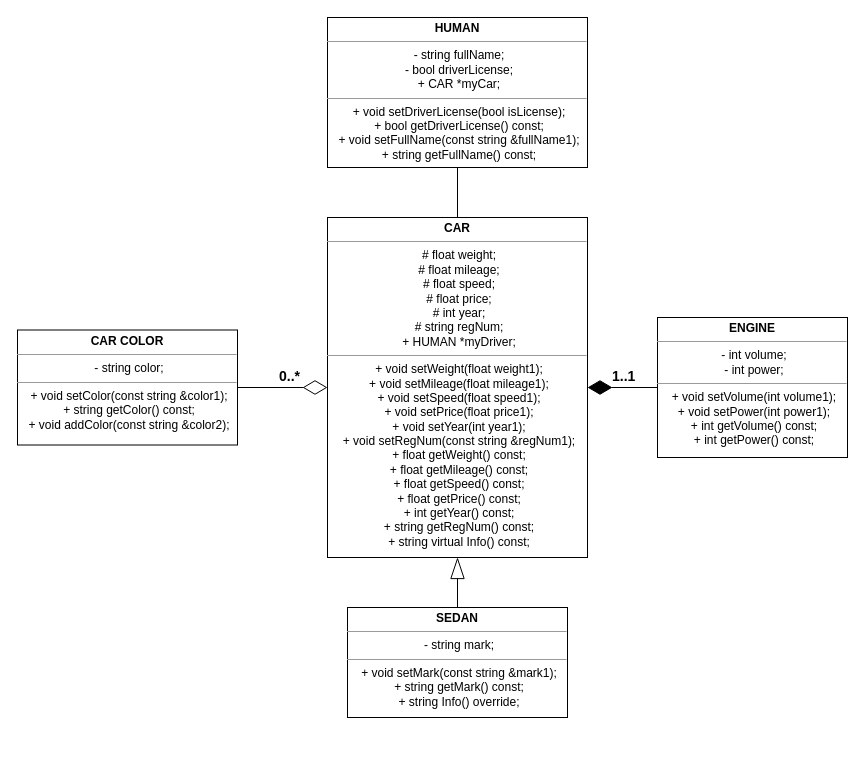
Before: Laba5(6) Relationship/UML.drawio in LevasyukDY/OOP, a draw.io diagram. Source tidied: cells renumbered, new cells numbered last; positions are measured from the earlier drawing's top-left corner, leaving out a move shared by most shapes. Both pictures are drawn from the tidied source at 100%, with x=0, y=0 at pixel (17, 17).
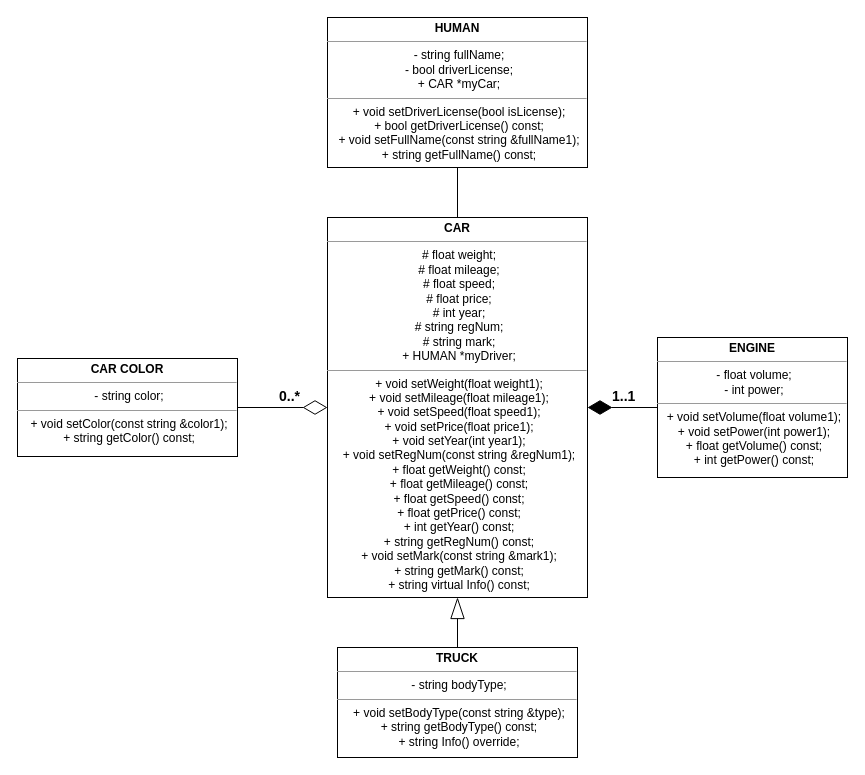
The same page after the edit.

Change to the diagram source:
```diff
@@
 <mxGraphModel>
   <root>
     <mxCell id="0" />
     <mxCell id="1" parent="0" />
-    <mxCell id="2" value="&lt;p style=&quot;margin: 4px 0px 0px&quot;&gt;&lt;b&gt;CAR&lt;/b&gt;&lt;/p&gt;&lt;hr size=&quot;1&quot;&gt;&lt;p style=&quot;margin: 0px ; margin-left: 4px&quot;&gt;# float weight&lt;span&gt;;&lt;/span&gt;&lt;/p&gt;&lt;p style=&quot;margin: 0px ; margin-left: 4px&quot;&gt;# float&amp;nbsp;mileage;&lt;/p&gt;&lt;p style=&quot;margin: 0px ; margin-left: 4px&quot;&gt;# float speed;&lt;/p&gt;&lt;p style=&quot;margin: 0px ; margin-left: 4px&quot;&gt;# float price;&lt;/p&gt;&lt;p style=&quot;margin: 0px ; margin-left: 4px&quot;&gt;# int&amp;nbsp;year;&lt;/p&gt;&lt;p style=&quot;margin: 0px ; margin-left: 4px&quot;&gt;# string regNum;&lt;/p&gt;&lt;p style=&quot;margin: 0px ; margin-left: 4px&quot;&gt;+ HUMAN *myDriver;&lt;/p&gt;&lt;hr size=&quot;1&quot;&gt;&lt;p style=&quot;margin: 0px ; margin-left: 4px&quot;&gt;+ void setWeight(float weight1);&lt;/p&gt;&lt;p style=&quot;margin: 0px ; margin-left: 4px&quot;&gt;+ void setMileage(float mileage1);&lt;/p&gt;&lt;p style=&quot;margin: 0px ; margin-left: 4px&quot;&gt;+ void setSpeed(float speed1);&lt;/p&gt;&lt;p style=&quot;margin: 0px ; margin-left: 4px&quot;&gt;+ void setPrice(float price1);&lt;/p&gt;&lt;p style=&quot;margin: 0px ; margin-left: 4px&quot;&gt;+ void setYear(int year1);&lt;/p&gt;&lt;p style=&quot;margin: 0px ; margin-left: 4px&quot;&gt;+ void setRegNum(const string &amp;amp;regNum1);&lt;/p&gt;&lt;p style=&quot;margin: 0px ; margin-left: 4px&quot;&gt;+ float getWeight() const;&lt;/p&gt;&lt;p style=&quot;margin: 0px ; margin-left: 4px&quot;&gt;+ float getMileage() const;&lt;br&gt;&lt;/p&gt;&lt;p style=&quot;margin: 0px ; margin-left: 4px&quot;&gt;+ float getSpeed() const;&lt;br&gt;&lt;/p&gt;&lt;p style=&quot;margin: 0px ; margin-left: 4px&quot;&gt;+ float getPrice() const;&lt;br&gt;&lt;/p&gt;&lt;p style=&quot;margin: 0px ; margin-left: 4px&quot;&gt;+ int getYear() const;&lt;br&gt;&lt;/p&gt;&lt;p style=&quot;margin: 0px ; margin-left: 4px&quot;&gt;+ string getRegNum() const;&lt;br&gt;&lt;/p&gt;&lt;p style=&quot;margin: 0px ; margin-left: 4px&quot;&gt;+ string virtual Info() const;&lt;/p&gt;" style="verticalAlign=top;align=center;overflow=fill;fontSize=12;fontFamily=Helvetica;html=1;" parent="1" vertex="1">
-      <mxGeometry x="310" y="200" width="260" height="340" as="geometry" />
+    <mxCell id="2" value="&lt;p style=&quot;margin: 4px 0px 0px&quot;&gt;&lt;b&gt;CAR&lt;/b&gt;&lt;/p&gt;&lt;hr size=&quot;1&quot;&gt;&lt;p style=&quot;margin: 0px ; margin-left: 4px&quot;&gt;# float weight&lt;span&gt;;&lt;/span&gt;&lt;/p&gt;&lt;p style=&quot;margin: 0px ; margin-left: 4px&quot;&gt;# float&amp;nbsp;mileage;&lt;/p&gt;&lt;p style=&quot;margin: 0px ; margin-left: 4px&quot;&gt;# float speed;&lt;/p&gt;&lt;p style=&quot;margin: 0px ; margin-left: 4px&quot;&gt;# float price;&lt;/p&gt;&lt;p style=&quot;margin: 0px ; margin-left: 4px&quot;&gt;# int&amp;nbsp;year;&lt;/p&gt;&lt;p style=&quot;margin: 0px ; margin-left: 4px&quot;&gt;# string regNum;&lt;/p&gt;&lt;p style=&quot;margin: 0px ; margin-left: 4px&quot;&gt;# string mark;&lt;/p&gt;&lt;p style=&quot;margin: 0px ; margin-left: 4px&quot;&gt;+ HUMAN *myDriver;&lt;/p&gt;&lt;hr size=&quot;1&quot;&gt;&lt;p style=&quot;margin: 0px ; margin-left: 4px&quot;&gt;+ void setWeight(float weight1);&lt;/p&gt;&lt;p style=&quot;margin: 0px ; margin-left: 4px&quot;&gt;+ void setMileage(float mileage1);&lt;/p&gt;&lt;p style=&quot;margin: 0px ; margin-left: 4px&quot;&gt;+ void setSpeed(float speed1);&lt;/p&gt;&lt;p style=&quot;margin: 0px ; margin-left: 4px&quot;&gt;+ void setPrice(float price1);&lt;/p&gt;&lt;p style=&quot;margin: 0px ; margin-left: 4px&quot;&gt;+ void setYear(int year1);&lt;/p&gt;&lt;p style=&quot;margin: 0px ; margin-left: 4px&quot;&gt;+ void setRegNum(const string &amp;amp;regNum1);&lt;/p&gt;&lt;p style=&quot;margin: 0px ; margin-left: 4px&quot;&gt;+ float getWeight() const;&lt;/p&gt;&lt;p style=&quot;margin: 0px ; margin-left: 4px&quot;&gt;+ float getMileage() const;&lt;br&gt;&lt;/p&gt;&lt;p style=&quot;margin: 0px ; margin-left: 4px&quot;&gt;+ float getSpeed() const;&lt;br&gt;&lt;/p&gt;&lt;p style=&quot;margin: 0px ; margin-left: 4px&quot;&gt;+ float getPrice() const;&lt;br&gt;&lt;/p&gt;&lt;p style=&quot;margin: 0px ; margin-left: 4px&quot;&gt;+ int getYear() const;&lt;br&gt;&lt;/p&gt;&lt;p style=&quot;margin: 0px ; margin-left: 4px&quot;&gt;+ string getRegNum() const;&lt;br&gt;&lt;/p&gt;&lt;p style=&quot;margin: 0px 0px 0px 4px&quot;&gt;+ void setMark(const string &amp;amp;mark1);&lt;/p&gt;&lt;p style=&quot;margin: 0px 0px 0px 4px&quot;&gt;+ string getMark() const;&lt;/p&gt;&lt;p style=&quot;margin: 0px ; margin-left: 4px&quot;&gt;+ string virtual Info() const;&lt;/p&gt;" style="verticalAlign=top;align=center;overflow=fill;fontSize=12;fontFamily=Helvetica;html=1;" parent="1" vertex="1">
+      <mxGeometry x="310" y="200" width="260" height="380" as="geometry" />
     </mxCell>
-    <mxCell id="3" value="&lt;p style=&quot;margin: 4px 0px 0px&quot;&gt;&lt;b&gt;ENGINE&lt;/b&gt;&lt;/p&gt;&lt;hr size=&quot;1&quot;&gt;&lt;p style=&quot;margin: 0px ; margin-left: 4px&quot;&gt;- int volume;&lt;/p&gt;&lt;p style=&quot;margin: 0px ; margin-left: 4px&quot;&gt;- int power;&lt;/p&gt;&lt;hr size=&quot;1&quot;&gt;&lt;p style=&quot;margin: 0px ; margin-left: 4px&quot;&gt;+ void setVolume(int volume1);&lt;/p&gt;&lt;p style=&quot;margin: 0px ; margin-left: 4px&quot;&gt;+ void setPower(int power1);&lt;/p&gt;&lt;p style=&quot;margin: 0px ; margin-left: 4px&quot;&gt;+ int getVolume() const;&lt;/p&gt;&lt;p style=&quot;margin: 0px ; margin-left: 4px&quot;&gt;+ int getPower() const;&lt;/p&gt;" style="verticalAlign=top;align=center;overflow=fill;fontSize=12;fontFamily=Helvetica;html=1;" parent="1" vertex="1">
-      <mxGeometry x="640" y="300" width="190" height="140" as="geometry" />
+    <mxCell id="3" value="&lt;p style=&quot;margin: 4px 0px 0px&quot;&gt;&lt;b&gt;ENGINE&lt;/b&gt;&lt;/p&gt;&lt;hr size=&quot;1&quot;&gt;&lt;p style=&quot;margin: 0px ; margin-left: 4px&quot;&gt;- float volume;&lt;/p&gt;&lt;p style=&quot;margin: 0px ; margin-left: 4px&quot;&gt;- int power;&lt;/p&gt;&lt;hr size=&quot;1&quot;&gt;&lt;p style=&quot;margin: 0px ; margin-left: 4px&quot;&gt;+ void setVolume(float volume1);&lt;/p&gt;&lt;p style=&quot;margin: 0px ; margin-left: 4px&quot;&gt;+ void setPower(int power1);&lt;/p&gt;&lt;p style=&quot;margin: 0px ; margin-left: 4px&quot;&gt;+ float getVolume() const;&lt;/p&gt;&lt;p style=&quot;margin: 0px ; margin-left: 4px&quot;&gt;+ int getPower() const;&lt;/p&gt;" style="verticalAlign=top;align=center;overflow=fill;fontSize=12;fontFamily=Helvetica;html=1;" parent="1" vertex="1">
+      <mxGeometry x="640" y="320" width="190" height="140" as="geometry" />
     </mxCell>
     <mxCell id="4" style="edgeStyle=orthogonalEdgeStyle;rounded=0;jettySize=auto;html=1;entryX=0.5;entryY=0;entryDx=0;entryDy=0;startArrow=none;startFill=0;startSize=22;endArrow=none;endFill=0;endSize=19;strokeWidth=1;fontSize=14;" parent="1" edge="1" source="5" target="2">
       <mxGeometry relative="1" as="geometry" />
     </mxCell>
     <mxCell id="5" value="&lt;p style=&quot;margin: 4px 0px 0px&quot;&gt;&lt;b&gt;HUMAN&lt;/b&gt;&lt;/p&gt;&lt;hr size=&quot;1&quot;&gt;&lt;p style=&quot;margin: 0px ; margin-left: 4px&quot;&gt;- string fullName;&lt;/p&gt;&lt;p style=&quot;margin: 0px ; margin-left: 4px&quot;&gt;- bool&amp;nbsp;driverLicense;&lt;/p&gt;&lt;p style=&quot;margin: 0px ; margin-left: 4px&quot;&gt;+ CAR *myCar;&lt;/p&gt;&lt;hr size=&quot;1&quot;&gt;&lt;p style=&quot;margin: 0px ; margin-left: 4px&quot;&gt;+ void setDriverLicense(bool isLicense);&lt;/p&gt;&lt;p style=&quot;margin: 0px ; margin-left: 4px&quot;&gt;+ bool getDriverLicense() const;&lt;br&gt;&lt;/p&gt;&lt;p style=&quot;margin: 0px 0px 0px 4px&quot;&gt;+ void setFullName(const string &amp;amp;fullName1);&lt;/p&gt;&lt;p style=&quot;margin: 0px 0px 0px 4px&quot;&gt;+ string getFullName() const;&lt;/p&gt;" style="verticalAlign=top;align=center;overflow=fill;fontSize=12;fontFamily=Helvetica;html=1;" parent="1" vertex="1">
       <mxGeometry x="310" width="260" height="150" as="geometry" />
     </mxCell>
-    <mxCell id="6" value="&lt;p style=&quot;margin: 4px 0px 0px&quot;&gt;&lt;b&gt;CAR COLOR&lt;/b&gt;&lt;/p&gt;&lt;hr size=&quot;1&quot;&gt;&lt;p style=&quot;margin: 0px ; margin-left: 4px&quot;&gt;- string color;&lt;/p&gt;&lt;hr size=&quot;1&quot;&gt;&lt;p style=&quot;margin: 0px ; margin-left: 4px&quot;&gt;+ void setColor(const string &amp;amp;color1);&lt;/p&gt;&lt;p style=&quot;margin: 0px ; margin-left: 4px&quot;&gt;+ string getColor() const;&lt;/p&gt;&lt;p style=&quot;margin: 0px ; margin-left: 4px&quot;&gt;+ void addColor(const string &amp;amp;color2);&lt;/p&gt;" style="verticalAlign=top;align=center;overflow=fill;fontSize=12;fontFamily=Helvetica;html=1;" parent="1" vertex="1">
-      <mxGeometry y="312.5" width="220" height="115" as="geometry" />
+    <mxCell id="6" value="&lt;p style=&quot;margin: 4px 0px 0px&quot;&gt;&lt;b&gt;CAR COLOR&lt;/b&gt;&lt;/p&gt;&lt;hr size=&quot;1&quot;&gt;&lt;p style=&quot;margin: 0px ; margin-left: 4px&quot;&gt;- string color;&lt;/p&gt;&lt;hr size=&quot;1&quot;&gt;&lt;p style=&quot;margin: 0px ; margin-left: 4px&quot;&gt;+ void setColor(const string &amp;amp;color1);&lt;/p&gt;&lt;p style=&quot;margin: 0px ; margin-left: 4px&quot;&gt;+ string getColor() const;&lt;/p&gt;" style="verticalAlign=top;align=center;overflow=fill;fontSize=12;fontFamily=Helvetica;html=1;" parent="1" vertex="1">
+      <mxGeometry y="341" width="220" height="98" as="geometry" />
     </mxCell>
     <mxCell id="7" style="edgeStyle=orthogonalEdgeStyle;rounded=0;jettySize=auto;html=1;entryX=0.5;entryY=1;entryDx=0;entryDy=0;startSize=22;endArrow=blockThin;endFill=0;endSize=19;strokeWidth=1;fontSize=14;" parent="1" edge="1" source="8" target="2">
       <mxGeometry relative="1" as="geometry" />
     </mxCell>
-    <mxCell id="8" value="&lt;p style=&quot;margin: 4px 0px 0px&quot;&gt;&lt;b&gt;SEDAN&lt;/b&gt;&lt;br&gt;&lt;/p&gt;&lt;hr size=&quot;1&quot;&gt;&lt;p style=&quot;margin: 0px ; margin-left: 4px&quot;&gt;- string mark;&lt;/p&gt;&lt;hr size=&quot;1&quot;&gt;&lt;p style=&quot;margin: 0px ; margin-left: 4px&quot;&gt;+ void setMark(const string &amp;amp;mark1);&lt;/p&gt;&lt;p style=&quot;margin: 0px ; margin-left: 4px&quot;&gt;+ string getMark() const;&lt;/p&gt;&lt;p style=&quot;margin: 0px ; margin-left: 4px&quot;&gt;+ string Info() override;&lt;br&gt;&lt;/p&gt;" style="verticalAlign=top;align=center;overflow=fill;fontSize=12;fontFamily=Helvetica;html=1;" parent="1" vertex="1">
-      <mxGeometry x="330" y="590" width="220" height="110" as="geometry" />
+    <mxCell id="8" value="&lt;p style=&quot;margin: 4px 0px 0px&quot;&gt;&lt;b&gt;TRUCK&lt;/b&gt;&lt;/p&gt;&lt;hr size=&quot;1&quot;&gt;&lt;p style=&quot;margin: 0px ; margin-left: 4px&quot;&gt;- string bodyType;&lt;/p&gt;&lt;hr size=&quot;1&quot;&gt;&lt;p style=&quot;margin: 0px ; margin-left: 4px&quot;&gt;+ void setBodyType(const string &amp;amp;type);&lt;/p&gt;&lt;p style=&quot;margin: 0px ; margin-left: 4px&quot;&gt;+ string getBodyType() const;&lt;/p&gt;&lt;p style=&quot;margin: 0px ; margin-left: 4px&quot;&gt;+ string Info() override;&lt;br&gt;&lt;/p&gt;" style="verticalAlign=top;align=center;overflow=fill;fontSize=12;fontFamily=Helvetica;html=1;" parent="1" vertex="1">
+      <mxGeometry x="320" y="630" width="240" height="110" as="geometry" />
     </mxCell>
     <mxCell id="9" value="1..1" style="endArrow=none;html=1;endSize=12;startArrow=diamondThin;startSize=22;startFill=1;edgeStyle=orthogonalEdgeStyle;align=left;verticalAlign=bottom;entryX=0;entryY=0.5;entryDx=0;entryDy=0;endFill=0;strokeWidth=1;fontSize=14;fontStyle=1;exitX=1;exitY=0.5;exitDx=0;exitDy=0;rounded=0;" parent="1" edge="1" source="2" target="3">
       <mxGeometry x="-0.34" relative="1" as="geometry" />
     </mxCell>
     <mxCell id="10" value="0..*" style="endArrow=none;html=1;endSize=12;startArrow=diamondThin;startSize=22;startFill=0;edgeStyle=orthogonalEdgeStyle;align=left;verticalAlign=bottom;exitX=0;exitY=0.5;exitDx=0;exitDy=0;entryX=1;entryY=0.5;entryDx=0;entryDy=0;endFill=0;rounded=0;fontSize=14;fontStyle=1;" parent="1" edge="1" source="2" target="6">
       <mxGeometry x="0.11" relative="1" as="geometry" />
     </mxCell>
   </root>
 </mxGraphModel>
```
